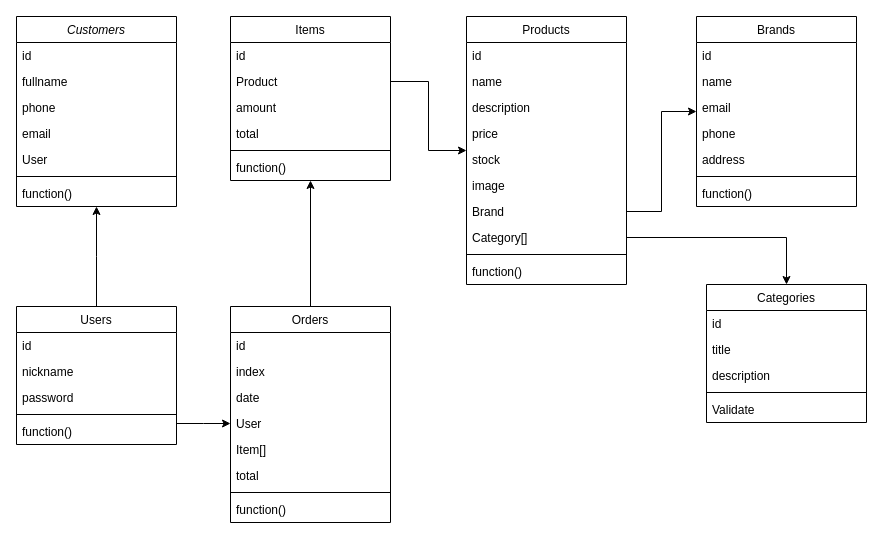
The draw.io diagram diagram.drawio in d3w3r/nestjs, before the edit. Source tidied: cells renumbered, new cells numbered last; positions are measured from the earlier drawing's top-left corner, leaving out a move shared by most shapes. Both pictures are drawn from the tidied source at 100%, with x=0, y=0 at pixel (16, 16).
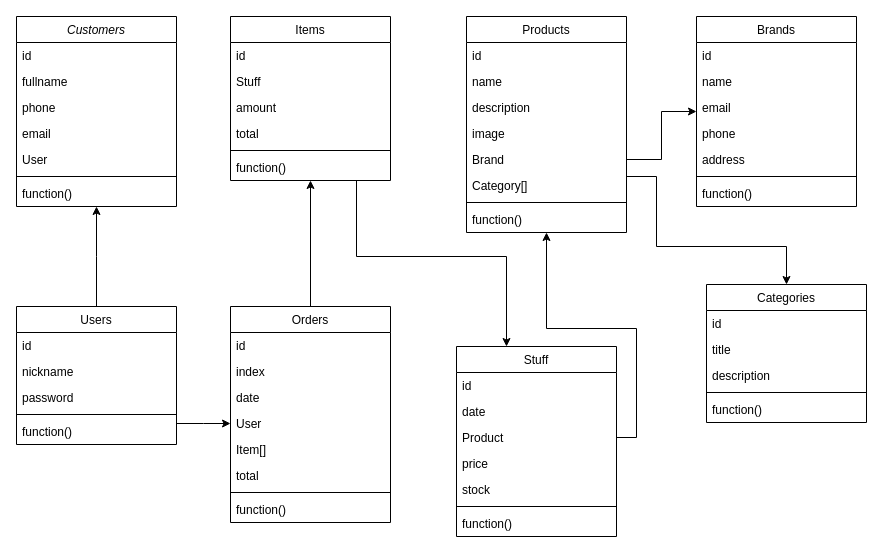
Above is the later version.

The change refers to these unchanged cells:
```xml
<mxCell id="37" value="Categories" style="swimlane;fontStyle=0;align=center;verticalAlign=top;horizontal=1;startSize=26;rounded=0;shadow=0;strokeWidth=1;" parent="1" vertex="1">
  <mxGeometry x="690" y="268" width="160" height="138" as="geometry" />
</mxCell>
<mxCell id="54" value="Items" style="swimlane;fontStyle=0;align=center;verticalAlign=top;horizontal=1;startSize=26;rounded=0;shadow=0;strokeWidth=1;" parent="1" vertex="1">
  <mxGeometry x="214" width="160" height="164" as="geometry" />
</mxCell>
```

The edit, as a diff of the source:
```diff
@@
     <mxCell id="26" value="Products" style="swimlane;fontStyle=0;align=center;verticalAlign=top;horizontal=1;startSize=26;rounded=0;shadow=0;strokeWidth=1;" parent="1" vertex="1">
-      <mxGeometry x="450" width="160" height="268" as="geometry" />
+      <mxGeometry x="450" width="160" height="216" as="geometry" />
     </mxCell>
@@
-    <mxCell id="30" value="price" style="text;align=left;verticalAlign=top;spacingLeft=4;spacingRight=4;overflow=hidden;rounded=0;shadow=0;html=0;" parent="26" vertex="1">
-      <mxGeometry y="104" width="160" height="26" as="geometry" />
-    </mxCell>
-    <mxCell id="31" value="stock" style="text;align=left;verticalAlign=top;spacingLeft=4;spacingRight=4;overflow=hidden;rounded=0;shadow=0;html=0;" parent="26" vertex="1">
-      <mxGeometry y="130" width="160" height="26" as="geometry" />
-    </mxCell>
     <mxCell id="32" value="image" style="text;align=left;verticalAlign=top;spacingLeft=4;spacingRight=4;overflow=hidden;rounded=0;shadow=0;html=0;" parent="26" vertex="1">
-      <mxGeometry y="156" width="160" height="26" as="geometry" />
+      <mxGeometry y="104" width="160" height="26" as="geometry" />
     </mxCell>
     <mxCell id="33" value="Brand" style="text;align=left;verticalAlign=top;spacingLeft=4;spacingRight=4;overflow=hidden;points=[[0,0.5],[1,0.5]];portConstraint=eastwest;rounded=0;shadow=0;html=0;" parent="26" vertex="1">
-      <mxGeometry y="182" width="160" height="26" as="geometry" />
+      <mxGeometry y="130" width="160" height="26" as="geometry" />
     </mxCell>
     <mxCell id="34" value="Category[]" style="text;align=left;verticalAlign=top;spacingLeft=4;spacingRight=4;overflow=hidden;points=[[0,0.5],[1,0.5]];portConstraint=eastwest;rounded=0;shadow=0;html=0;" parent="26" vertex="1">
-      <mxGeometry y="208" width="160" height="26" as="geometry" />
+      <mxGeometry y="156" width="160" height="26" as="geometry" />
     </mxCell>
     <mxCell id="35" style="line;html=1;strokeWidth=1;align=left;verticalAlign=middle;spacingTop=-1;spacingLeft=3;spacingRight=3;labelPosition=right;" parent="26" vertex="1">
-      <mxGeometry y="234" width="160" height="8" as="geometry" />
+      <mxGeometry y="182" width="160" height="8" as="geometry" />
     </mxCell>
     <mxCell id="36" value="function()" style="text;align=left;verticalAlign=top;spacingLeft=4;spacingRight=4;overflow=hidden;" parent="26" vertex="1">
-      <mxGeometry y="242" width="160" height="26" as="geometry" />
+      <mxGeometry y="190" width="160" height="26" as="geometry" />
     </mxCell>
@@
-    <mxCell id="42" value="Validate" style="text;align=left;verticalAlign=top;spacingLeft=4;spacingRight=4;overflow=hidden;" parent="37" vertex="1">
+    <mxCell id="42" value="function()" style="text;align=left;verticalAlign=top;spacingLeft=4;spacingRight=4;overflow=hidden;" parent="37" vertex="1">
       <mxGeometry y="112" width="160" height="26" as="geometry" />
     </mxCell>
@@
-    <mxCell id="53" style="edgeStyle=orthogonalEdgeStyle;rounded=0;jettySize=auto;html=1;" parent="1" edge="1" source="34" target="37">
-      <mxGeometry relative="1" as="geometry" />
+    <mxCell id="53" style="edgeStyle=orthogonalEdgeStyle;rounded=0;jettySize=auto;html=1;" parent="1" edge="1" source="26" target="37">
+      <mxGeometry relative="1" as="geometry">
+        <Array as="points">
+          <mxPoint x="640" y="160" />
+          <mxPoint x="640" y="230" />
+          <mxPoint x="770" y="230" />
+        </Array>
+      </mxGeometry>
     </mxCell>
@@
-    <mxCell id="56" value="Product" style="text;align=left;verticalAlign=top;spacingLeft=4;spacingRight=4;overflow=hidden;points=[[0,0.5],[1,0.5]];portConstraint=eastwest;" parent="54" vertex="1">
+    <mxCell id="56" value="Stuff" style="text;align=left;verticalAlign=top;spacingLeft=4;spacingRight=4;overflow=hidden;points=[[0,0.5],[1,0.5]];portConstraint=eastwest;" parent="54" vertex="1">
       <mxGeometry y="52" width="160" height="26" as="geometry" />
     </mxCell>
@@
-    <mxCell id="61" style="edgeStyle=orthogonalEdgeStyle;rounded=0;jettySize=auto;html=1;" parent="1" edge="1" source="56" target="26">
-      <mxGeometry relative="1" as="geometry" />
+    <mxCell id="61" style="edgeStyle=orthogonalEdgeStyle;rounded=0;jettySize=auto;html=1;" parent="1" edge="1" source="54" target="63">
+      <mxGeometry relative="1" as="geometry">
+        <Array as="points">
+          <mxPoint x="340" y="240" />
+          <mxPoint x="490" y="240" />
+        </Array>
+      </mxGeometry>
     </mxCell>
@@
+    <mxCell id="63" value="Stuff" style="swimlane;fontStyle=0;align=center;verticalAlign=top;horizontal=1;startSize=26;rounded=0;shadow=0;strokeWidth=1;" parent="1" vertex="1">
+      <mxGeometry x="440" y="330" width="160" height="190" as="geometry" />
+    </mxCell>
+    <mxCell id="64" value="id" style="text;align=left;verticalAlign=top;spacingLeft=4;spacingRight=4;overflow=hidden;" parent="63" vertex="1">
+      <mxGeometry y="26" width="160" height="26" as="geometry" />
+    </mxCell>
+    <mxCell id="65" value="date" style="text;align=left;verticalAlign=top;spacingLeft=4;spacingRight=4;overflow=hidden;rounded=0;shadow=0;html=0;" parent="63" vertex="1">
+      <mxGeometry y="52" width="160" height="26" as="geometry" />
+    </mxCell>
+    <mxCell id="66" value="Product" style="text;align=left;verticalAlign=top;spacingLeft=4;spacingRight=4;overflow=hidden;points=[[0,0.5],[1,0.5]];portConstraint=eastwest;rounded=0;shadow=0;html=0;" parent="63" vertex="1">
+      <mxGeometry y="78" width="160" height="26" as="geometry" />
+    </mxCell>
+    <mxCell id="30" value="price" style="text;align=left;verticalAlign=top;spacingLeft=4;spacingRight=4;overflow=hidden;rounded=0;shadow=0;html=0;" parent="63" vertex="1">
+      <mxGeometry y="104" width="160" height="26" as="geometry" />
+    </mxCell>
+    <mxCell id="31" value="stock" style="text;align=left;verticalAlign=top;spacingLeft=4;spacingRight=4;overflow=hidden;rounded=0;shadow=0;html=0;" parent="63" vertex="1">
+      <mxGeometry y="130" width="160" height="26" as="geometry" />
+    </mxCell>
+    <mxCell id="67" style="line;html=1;strokeWidth=1;align=left;verticalAlign=middle;spacingTop=-1;spacingLeft=3;spacingRight=3;labelPosition=right;" parent="63" vertex="1">
+      <mxGeometry y="156" width="160" height="8" as="geometry" />
+    </mxCell>
+    <mxCell id="68" value="function()" style="text;align=left;verticalAlign=top;spacingLeft=4;spacingRight=4;overflow=hidden;" parent="63" vertex="1">
+      <mxGeometry y="164" width="160" height="26" as="geometry" />
+    </mxCell>
+    <mxCell id="69" style="edgeStyle=orthogonalEdgeStyle;rounded=0;jettySize=auto;html=1;" parent="1" edge="1" source="66" target="26">
+      <mxGeometry relative="1" as="geometry" />
+    </mxCell>
```
